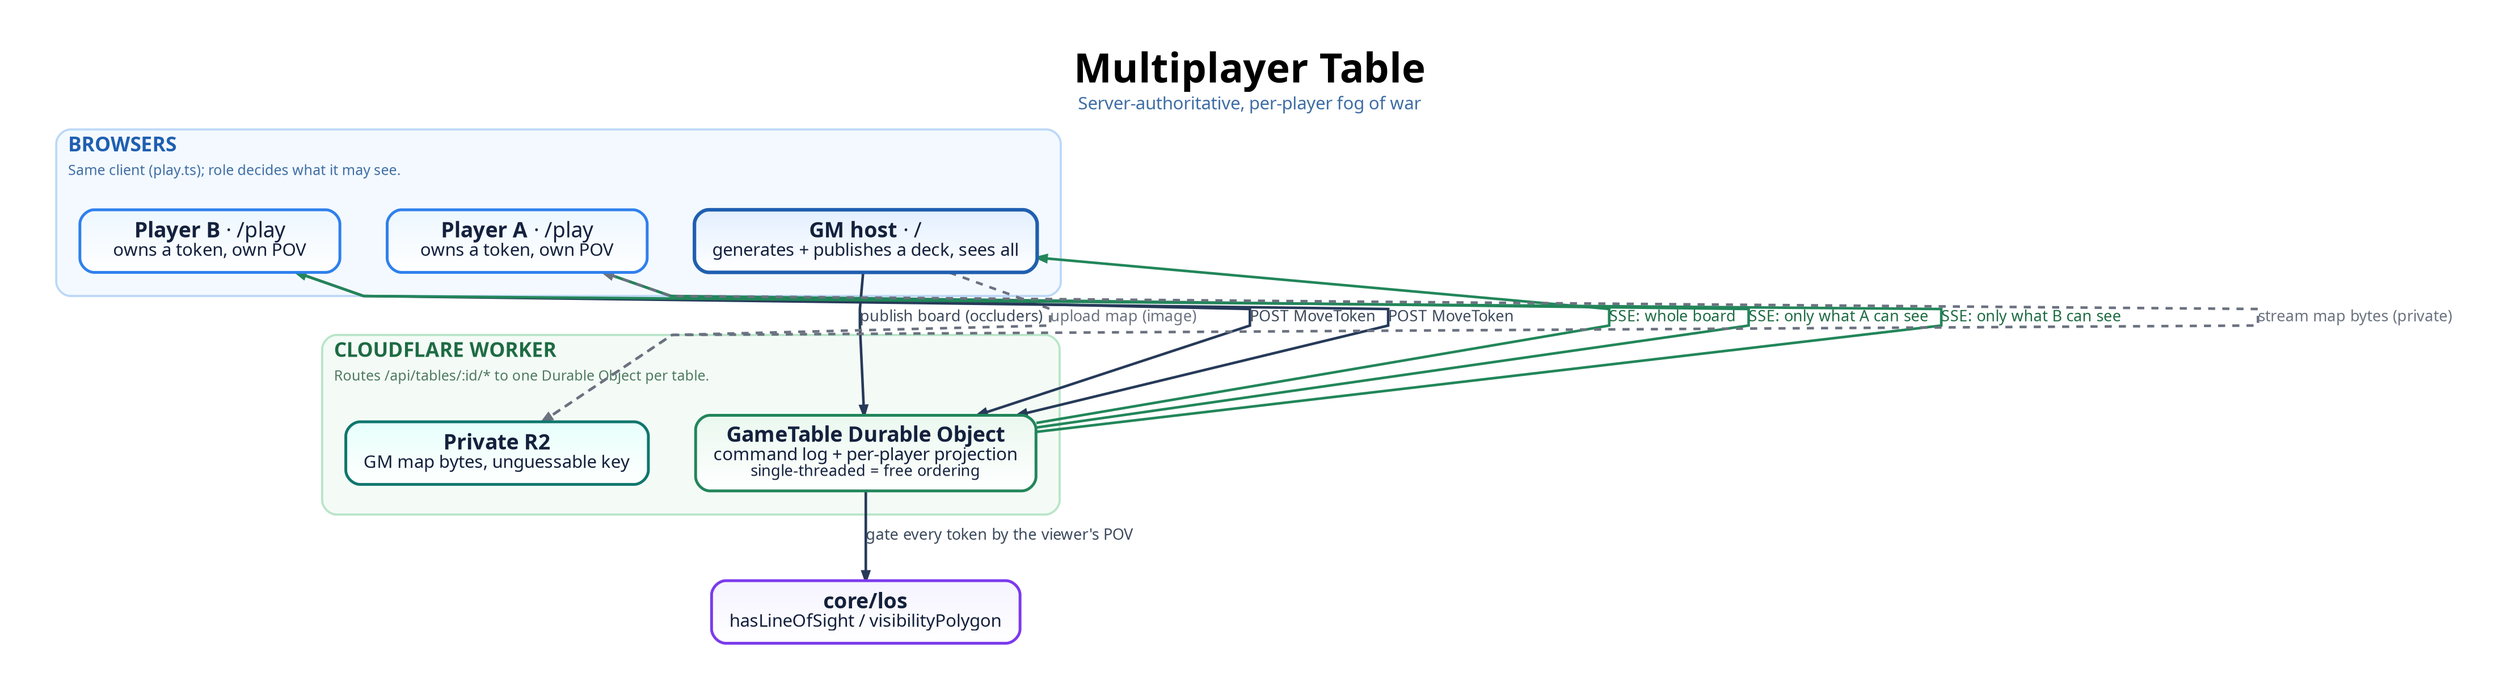
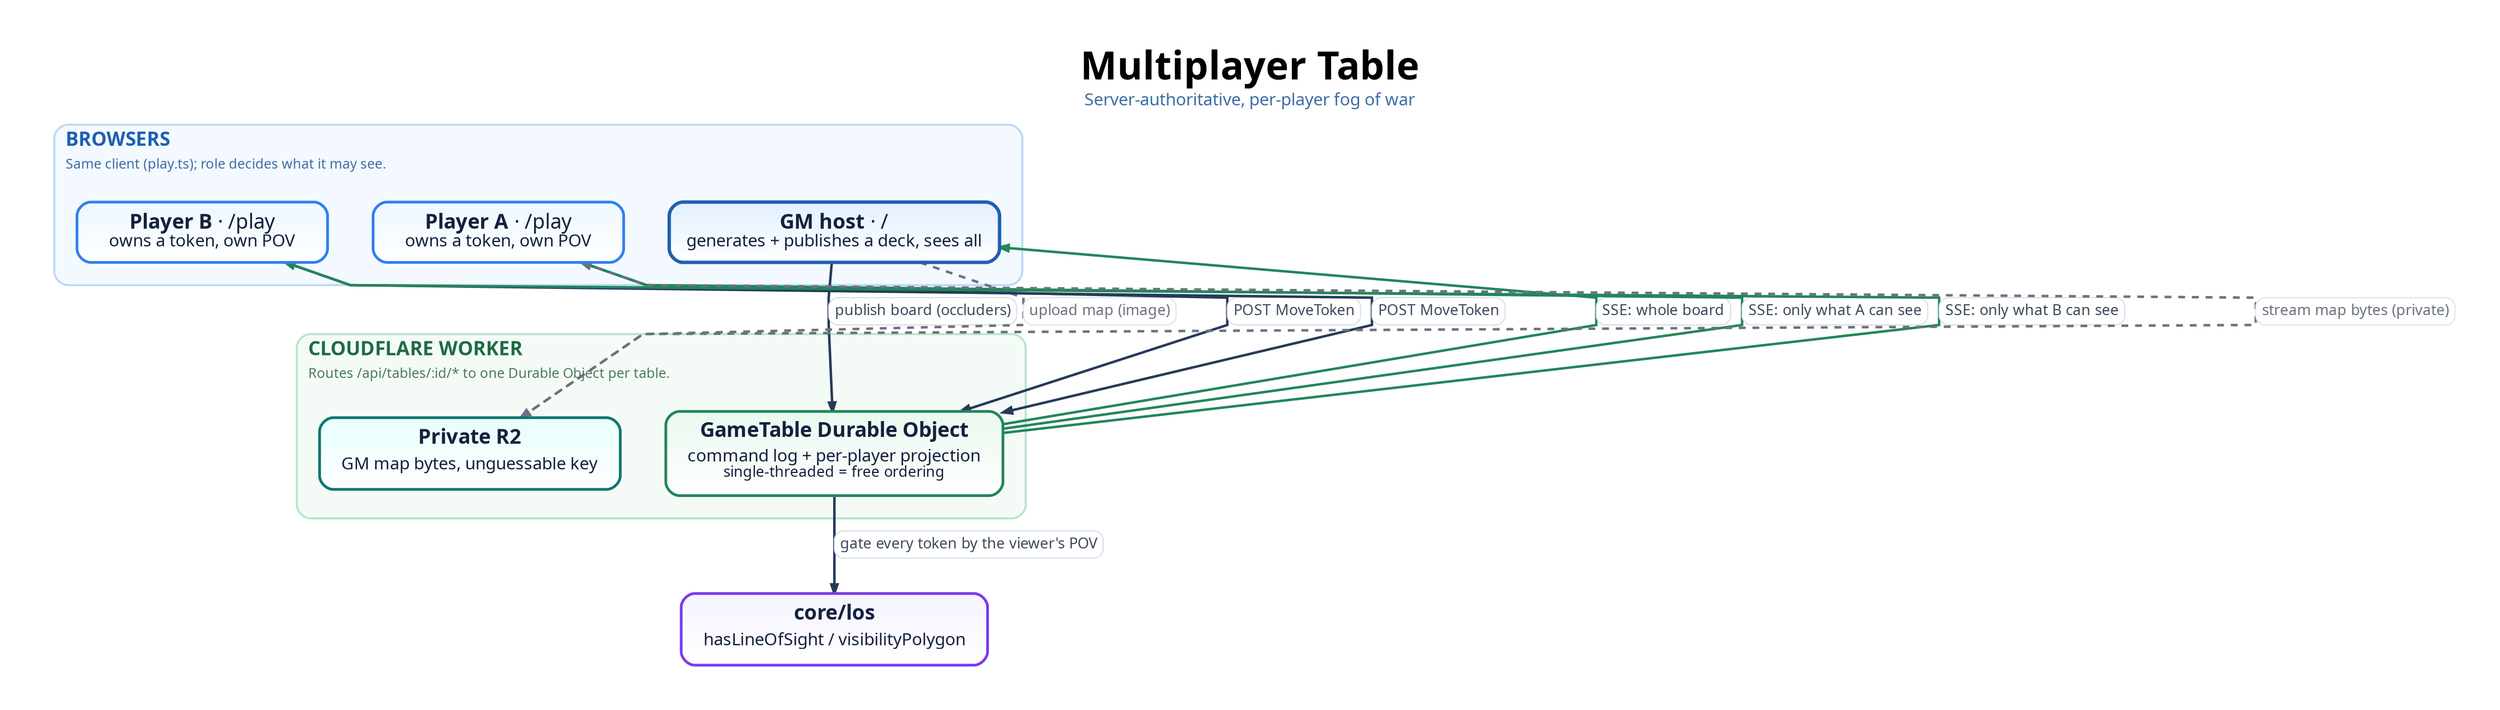
digraph MultiplayerArchitecture {
  graph [
    rankdir=TB,
    bgcolor="#ffffff",
    pad="0.55",
    nodesep="0.55",
    ranksep="0.85",
    splines=polyline,
    outputorder=edgesfirst,
    compound=true,
    newrank=true,
    forcelabels=true,
    fontname="Avenir",
    label=<
      <TABLE BORDER="0" CELLBORDER="0" CELLSPACING="0" CELLPADDING="0">
        <TR><TD><FONT POINT-SIZE="34"><B>Multiplayer Table</B></FONT></TD></TR>
        <TR><TD><FONT POINT-SIZE="15" COLOR="#3f6ea5">Server-authoritative, per-player fog of war</FONT></TD></TR>
      </TABLE>
    >,
    labelloc=t,
    labeljust=c
  ];

  node [
    shape=box,
    style="rounded,filled",
    margin="0.21,0.13",
    width=3.05,
    height=0.74,
    fixedsize=false,
    fontname="Avenir",
    fontsize=18,
    penwidth=2.4,
    fontcolor="#14213d",
    color="#2264c7",
    fillcolor="#eaf3ff:#ffffff",
    gradientangle=270
  ];

  edge [
    color="#263a59",
    fontname="Avenir",
    fontsize=13,
    fontcolor="#3d4a5c",
    penwidth=2.2,
    arrowsize=0.78
  ];

  // ---- Browsers (blue) ----
  subgraph cluster_clients {
    graph [
      label=<
        <TABLE BORDER="0" CELLBORDER="0" CELLSPACING="0" CELLPADDING="2">
          <TR><TD ALIGN="LEFT"><FONT POINT-SIZE="17" COLOR="#1f5fb0"><B>BROWSERS</B></FONT></TD></TR>
          <TR><TD ALIGN="LEFT"><FONT POINT-SIZE="12" COLOR="#3f6ea5">Same client (play.ts); role decides what it may see.</FONT></TD></TR>
        </TABLE>
      >,
      labelloc=t,
      labeljust=l,
      color="#bcd8f7",
      fillcolor="#f3f9ff",
      style="rounded,filled",
      penwidth=1.8,
      margin=20
    ];

    HOST [label=<<B>GM host</B> · /<BR/><FONT POINT-SIZE="15">generates + publishes a deck, sees all</FONT>>, fillcolor="#e3efff:#ffffff", color="#1f5fb0", penwidth=3.0];
    P1 [label=<<B>Player A</B> · /play<BR/><FONT POINT-SIZE="15">owns a token, own POV</FONT>>, fillcolor="#edf7ff:#ffffff", color="#2f80ed"];
    P2 [label=<<B>Player B</B> · /play<BR/><FONT POINT-SIZE="15">owns a token, own POV</FONT>>, fillcolor="#edf7ff:#ffffff", color="#2f80ed"];
  }

  // ---- Cloudflare Worker + Durable Object (green / teal) ----
  subgraph cluster_server {
    graph [
      label=<
        <TABLE BORDER="0" CELLBORDER="0" CELLSPACING="0" CELLPADDING="2">
          <TR><TD ALIGN="LEFT"><FONT POINT-SIZE="17" COLOR="#1e6b43"><B>CLOUDFLARE WORKER</B></FONT></TD></TR>
          <TR><TD ALIGN="LEFT"><FONT POINT-SIZE="12" COLOR="#4e7a61">Routes /api/tables/:id/* to one Durable Object per table.</FONT></TD></TR>
        </TABLE>
      >,
      labelloc=t,
      labeljust=l,
      color="#b8e5c8",
      fillcolor="#f4fbf6",
      style="rounded,filled",
      penwidth=1.8,
      margin=20
    ];

-     DO [label=<<B>GameTable Durable Object</B><BR/><FONT POINT-SIZE="15">command log + per-player projection</FONT><BR/><FONT POINT-SIZE="13">single-threaded = free ordering</FONT>>, fillcolor="#eaf8ef:#ffffff", color="#22865a", width=3.6];
-     R2 [label=<<B>Private R2</B><BR/><FONT POINT-SIZE="15">GM map bytes, unguessable key</FONT>>, fillcolor="#e6fffb:#ffffff", color="#0f766e"];
+     DO [label=<<TABLE BORDER="0" CELLBORDER="0" CELLSPACING="0" CELLPADDING="0"><TR><TD><B>GameTable Durable Object</B></TD></TR><TR><TD CELLPADDING="4"><FONT POINT-SIZE="15">command log + per-player projection</FONT><BR/><FONT POINT-SIZE="13">single-threaded = free ordering</FONT></TD></TR></TABLE>>, fillcolor="#eaf8ef:#ffffff", color="#22865a", width=3.6];
+     R2 [label=<<TABLE BORDER="0" CELLBORDER="0" CELLSPACING="0" CELLPADDING="0"><TR><TD><B>Private R2</B></TD></TR><TR><TD CELLPADDING="4"><FONT POINT-SIZE="15">GM map bytes, unguessable key</FONT></TD></TR></TABLE>>, fillcolor="#e6fffb:#ffffff", color="#0f766e"];
    {rank=same; DO; R2}
  }

  // ---- Shared core (purple) ----
-   LOS [label=<<B>core/los</B><BR/><FONT POINT-SIZE="15">hasLineOfSight / visibilityPolygon</FONT>>, fillcolor="#f5f3ff:#ffffff", color="#7c3aed", width=3.4];
+   LOS [label=<<TABLE BORDER="0" CELLBORDER="0" CELLSPACING="0" CELLPADDING="0"><TR><TD><B>core/los</B></TD></TR><TR><TD CELLPADDING="4"><FONT POINT-SIZE="15">hasLineOfSight / visibilityPolygon</FONT></TD></TR></TABLE>>, fillcolor="#f5f3ff:#ffffff", color="#7c3aed", width=3.4];

  // ---- Edges (only the two vertical ones drive rank; the rest are free) ----
-   HOST -> DO [label="publish board (occluders)"];
-   DO -> LOS [label="gate every token by the viewer's POV"];
+   HOST -> DO [label=<<TABLE BORDER="1" CELLBORDER="0" STYLE="ROUNDED" COLOR="#d7dee8" BGCOLOR="#ffffff" CELLSPACING="0" CELLPADDING="4"><TR><TD><FONT POINT-SIZE="13" COLOR="#3d4a5c">publish board (occluders)</FONT></TD></TR></TABLE>>];
+   DO -> LOS [label=<<TABLE BORDER="1" CELLBORDER="0" STYLE="ROUNDED" COLOR="#d7dee8" BGCOLOR="#ffffff" CELLSPACING="0" CELLPADDING="4"><TR><TD><FONT POINT-SIZE="13" COLOR="#3d4a5c">gate every token by the viewer's POV</FONT></TD></TR></TABLE>>];

-   HOST -> R2 [label="upload map (image)", style=dashed, color="#6b7280", fontcolor="#6b7280", constraint=false];
-   P1 -> DO [label="POST MoveToken", constraint=false];
-   P2 -> DO [label="POST MoveToken", constraint=false];
+   HOST -> R2 [label=<<TABLE BORDER="1" CELLBORDER="0" STYLE="ROUNDED" COLOR="#dfe3e9" BGCOLOR="#ffffff" CELLSPACING="0" CELLPADDING="4"><TR><TD><FONT POINT-SIZE="13" COLOR="#6b7280">upload map (image)</FONT></TD></TR></TABLE>>, style=dashed, color="#6b7280", fontcolor="#6b7280", constraint=false];
+   P1 -> DO [label=<<TABLE BORDER="1" CELLBORDER="0" STYLE="ROUNDED" COLOR="#d7dee8" BGCOLOR="#ffffff" CELLSPACING="0" CELLPADDING="4"><TR><TD><FONT POINT-SIZE="13" COLOR="#3d4a5c">POST MoveToken</FONT></TD></TR></TABLE>>, constraint=false];
+   P2 -> DO [label=<<TABLE BORDER="1" CELLBORDER="0" STYLE="ROUNDED" COLOR="#d7dee8" BGCOLOR="#ffffff" CELLSPACING="0" CELLPADDING="4"><TR><TD><FONT POINT-SIZE="13" COLOR="#3d4a5c">POST MoveToken</FONT></TD></TR></TABLE>>, constraint=false];

-   DO -> HOST [label="SSE: whole board", color="#22865a", fontcolor="#1e6b43", constraint=false];
-   DO -> P1 [label="SSE: only what A can see", color="#22865a", fontcolor="#1e6b43", constraint=false];
-   DO -> P2 [label="SSE: only what B can see", color="#22865a", fontcolor="#1e6b43", constraint=false];
+   DO -> HOST [label=<<TABLE BORDER="1" CELLBORDER="0" STYLE="ROUNDED" COLOR="#d7dee8" BGCOLOR="#ffffff" CELLSPACING="0" CELLPADDING="4"><TR><TD><FONT POINT-SIZE="13" COLOR="#3d4a5c">SSE: whole board</FONT></TD></TR></TABLE>>, color="#22865a", fontcolor="#1e6b43", constraint=false];
+   DO -> P1 [label=<<TABLE BORDER="1" CELLBORDER="0" STYLE="ROUNDED" COLOR="#d7dee8" BGCOLOR="#ffffff" CELLSPACING="0" CELLPADDING="4"><TR><TD><FONT POINT-SIZE="13" COLOR="#3d4a5c">SSE: only what A can see</FONT></TD></TR></TABLE>>, color="#22865a", fontcolor="#1e6b43", constraint=false];
+   DO -> P2 [label=<<TABLE BORDER="1" CELLBORDER="0" STYLE="ROUNDED" COLOR="#d7dee8" BGCOLOR="#ffffff" CELLSPACING="0" CELLPADDING="4"><TR><TD><FONT POINT-SIZE="13" COLOR="#3d4a5c">SSE: only what B can see</FONT></TD></TR></TABLE>>, color="#22865a", fontcolor="#1e6b43", constraint=false];

-   R2 -> P1 [label="stream map bytes (private)", style=dashed, color="#6b7280", fontcolor="#6b7280", constraint=false];
+   R2 -> P1 [label=<<TABLE BORDER="1" CELLBORDER="0" STYLE="ROUNDED" COLOR="#dfe3e9" BGCOLOR="#ffffff" CELLSPACING="0" CELLPADDING="4"><TR><TD><FONT POINT-SIZE="13" COLOR="#6b7280">stream map bytes (private)</FONT></TD></TR></TABLE>>, style=dashed, color="#6b7280", fontcolor="#6b7280", constraint=false];
}
